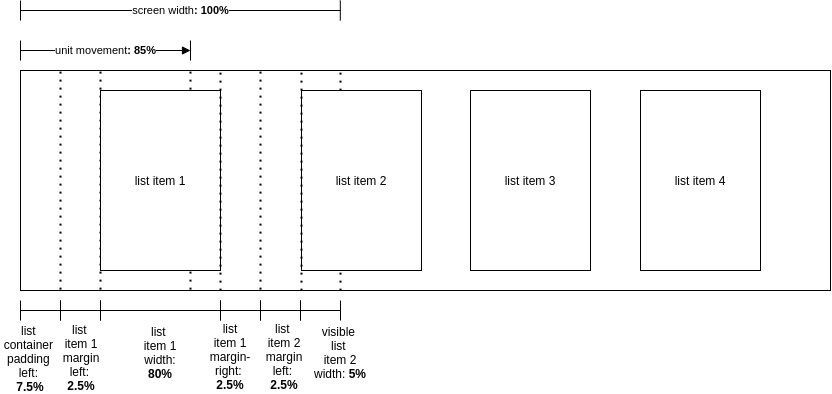
This is list-item-layout-overview.png from stsiwo/stsDev-article-horizontal-scroll-list, a draw.io export, as it was before one commit. Source tidied: cells renumbered, new cells last; positions are measured from the earlier drawing's top-left corner, leaving out a move shared by most shapes.
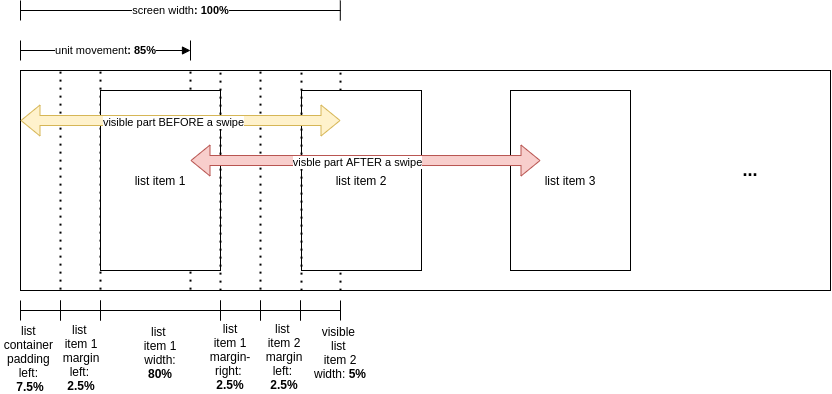
Above is the later version.

Diff of the diagram source:
```diff
@@ -30,11 +30,8 @@
       <mxGeometry x="301" y="90" width="120" height="180" as="geometry" />
     </mxCell>
     <mxCell id="8" value="list item 3" style="rounded=0;whiteSpace=wrap;html=1;" parent="1" vertex="1">
-      <mxGeometry x="470" y="90" width="120" height="180" as="geometry" />
+      <mxGeometry x="510" y="90" width="120" height="180" as="geometry" />
     </mxCell>
-    <mxCell id="9" value="list item 4" style="rounded=0;whiteSpace=wrap;html=1;fillColor=none;" parent="1" vertex="1">
-      <mxGeometry x="640" y="90" width="120" height="180" as="geometry" />
-    </mxCell>
     <mxCell id="10" style="endArrow=none;dashed=1;html=1;dashPattern=1 3;strokeWidth=2;entryX=0.026;entryY=-0.001;entryDx=0;entryDy=0;entryPerimeter=0;exitX=0.026;exitY=0.995;exitDx=0;exitDy=0;exitPerimeter=0;" parent="1" edge="1">
       <mxGeometry relative="1" as="geometry">
         <mxPoint x="60" y="289.1" as="sourcePoint" />
@@ -65,9 +62,6 @@
         <mxPoint x="60" y="310" as="targetPoint" />
       </mxGeometry>
     </mxCell>
-    <mxCell id="15" value="list &lt;br&gt;container &lt;br&gt;padding &lt;br&gt;left: &lt;br&gt;&lt;b&gt;7.5%&lt;/b&gt;" style="text;html=1;strokeColor=none;fillColor=none;align=center;verticalAlign=middle;whiteSpace=wrap;rounded=0;" parent="1" vertex="1">
-      <mxGeometry y="348" width="60" height="20" as="geometry" />
-    </mxCell>
     <mxCell id="16" value="list &lt;br&gt;item 1&lt;br&gt;margin&lt;br&gt;left: &lt;br&gt;&lt;b&gt;2.5%&lt;/b&gt;" style="text;html=1;strokeColor=none;fillColor=none;align=center;verticalAlign=middle;whiteSpace=wrap;rounded=0;" parent="1" vertex="1">
       <mxGeometry x="51" y="347" width="60" height="20" as="geometry" />
     </mxCell>
@@ -218,9 +212,6 @@
         <mxPoint x="40" y="10" as="targetPoint" />
       </mxGeometry>
     </mxCell>
-    <mxCell id="46" value="visible &lt;br&gt;list &lt;br&gt;item 2 width: &lt;b&gt;5%&lt;/b&gt;" style="text;html=1;strokeColor=none;fillColor=none;align=center;verticalAlign=middle;whiteSpace=wrap;rounded=0;" parent="1" vertex="1">
-      <mxGeometry x="310" y="342" width="60" height="20" as="geometry" />
-    </mxCell>
     <mxCell id="47" style="endArrow=none;html=1;" parent="1" edge="1">
       <mxGeometry x="20" y="40" as="geometry">
         <mxPoint x="20" y="60" as="sourcePoint" />
@@ -239,5 +230,31 @@
         <mxPoint x="190" y="40" as="targetPoint" />
       </mxGeometry>
     </mxCell>
+    <mxCell id="46" value="visible &lt;br&gt;list &lt;br&gt;item 2 width: &lt;b&gt;5%&lt;/b&gt;" style="text;html=1;strokeColor=none;fillColor=none;align=center;verticalAlign=middle;whiteSpace=wrap;rounded=0;" parent="1" vertex="1">
+      <mxGeometry x="310" y="342" width="60" height="20" as="geometry" />
+    </mxCell>
+    <mxCell id="15" value="list &lt;br&gt;container &lt;br&gt;padding &lt;br&gt;left: &lt;br&gt;&lt;b&gt;7.5%&lt;/b&gt;" style="text;html=1;strokeColor=none;fillColor=none;align=center;verticalAlign=middle;whiteSpace=wrap;rounded=0;" parent="1" vertex="1">
+      <mxGeometry y="348" width="60" height="20" as="geometry" />
+    </mxCell>
+    <mxCell id="50" style="shape=flexArrow;endArrow=classic;startArrow=classic;html=1;fillColor=#fff2cc;strokeColor=#d6b656;" parent="1" edge="1">
+      <mxGeometry relative="1" as="geometry">
+        <mxPoint x="20" y="120" as="sourcePoint" />
+        <mxPoint x="340" y="120" as="targetPoint" />
+      </mxGeometry>
+    </mxCell>
+    <mxCell id="51" value="visible part BEFORE a swipe" style="edgeLabel;html=1;align=center;verticalAlign=middle;" parent="50" vertex="1">
+      <mxGeometry x="-0.05" y="-2" relative="1" as="geometry" />
+    </mxCell>
+    <mxCell id="52" style="shape=flexArrow;endArrow=classic;startArrow=classic;html=1;fillColor=#f8cecc;entryX=0.25;entryY=0.389;entryDx=0;entryDy=0;entryPerimeter=0;strokeColor=#b85450;" parent="1" edge="1" target="8">
+      <mxGeometry relative="1" as="geometry">
+        <mxPoint x="190" y="160" as="sourcePoint" />
+      </mxGeometry>
+    </mxCell>
+    <mxCell id="53" value="visble part AFTER a swipe" style="edgeLabel;html=1;align=center;verticalAlign=middle;" parent="52" vertex="1">
+      <mxGeometry x="-0.05" y="-2" relative="1" as="geometry" />
+    </mxCell>
+    <mxCell id="54" value="&lt;font style=&quot;font-size: 18px&quot;&gt;&lt;b&gt;...&lt;/b&gt;&lt;/font&gt;" style="text;html=1;strokeColor=none;fillColor=none;align=center;verticalAlign=middle;whiteSpace=wrap;rounded=0;" parent="1" vertex="1">
+      <mxGeometry x="730" y="160" width="40" height="20" as="geometry" />
+    </mxCell>
   </root>
 </mxGraphModel>
```
